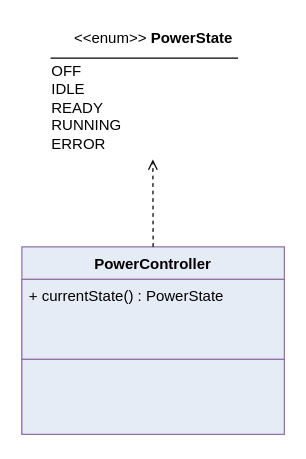
Earlier version of the draw.io diagram page "Page-8" (8 of 16) of pages/blog/local_markdown/Dev/support/UML.drawio (Dreblow/WebSite_DreblowDesigns). Source tidied: cells renumbered, new cells numbered last; positions are measured from the earlier drawing's top-left corner, leaving out a move shared by most shapes. Both pictures are drawn from the tidied source at 125%, with x=0, y=0 at pixel (21, 21).
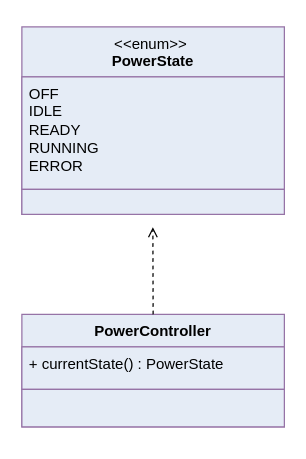
After the change.

The edit, as a diff of the source:
```diff
@@
 <mxGraphModel>
   <root>
     <mxCell id="0" />
     <mxCell id="1" parent="0" />
     <mxCell id="2" value="PowerController" style="swimlane;fontStyle=1;align=center;verticalAlign=top;horizontal=1;startSize=26;whiteSpace=wrap;html=1;fillColor=#E5ECF6;strokeColor=#9673a6;" parent="1" vertex="1">
-      <mxGeometry y="180" width="210" height="150" as="geometry" />
+      <mxGeometry y="234" width="210" height="90" as="geometry" />
     </mxCell>
     <mxCell id="3" value="&lt;div&gt;+ currentState() : PowerState&lt;/div&gt;" style="text;strokeColor=#9673a6;fillColor=#E5ECF6;align=left;verticalAlign=top;spacingLeft=4;spacingRight=4;overflow=hidden;whiteSpace=wrap;html=1;" parent="2" vertex="1">
-      <mxGeometry y="26" width="210" height="64" as="geometry" />
+      <mxGeometry y="26" width="210" height="34" as="geometry" />
     </mxCell>
     <mxCell id="4" value="&lt;div&gt;&lt;br&gt;&lt;/div&gt;" style="text;strokeColor=#9673a6;fillColor=#E5ECF6;align=left;verticalAlign=top;spacingLeft=4;spacingRight=4;overflow=hidden;whiteSpace=wrap;html=1;" parent="2" vertex="1">
-      <mxGeometry y="90" width="210" height="60" as="geometry" />
+      <mxGeometry y="60" width="210" height="30" as="geometry" />
     </mxCell>
+    <mxCell id="8" style="endArrow=open;dashed=1;html=1;rounded=0;exitX=0.5;exitY=0;exitDx=0;exitDy=0;entryX=0.496;entryY=1.002;entryDx=0;entryDy=0;entryPerimeter=0;endFill=0;" parent="1" edge="1" source="2">
+      <mxGeometry relative="1" as="geometry">
+        <mxPoint x="104.8" y="164.2" as="targetPoint" />
+      </mxGeometry>
+    </mxCell>
-    <mxCell id="5" value="&amp;lt;&amp;lt;enum&amp;gt;&amp;gt; &lt;b&gt;PowerState&lt;/b&gt;" style="swimlane;fontStyle=0;horizontal=1;startSize=26;fillColor=none;whiteSpace=wrap;html=1;strokeColor=none;" parent="1" vertex="1">
-      <mxGeometry x="18" width="175" height="110" as="geometry" />
+    <mxCell id="5" value="&lt;span style=&quot;font-weight: 400;&quot;&gt;&amp;lt;&amp;lt;enum&amp;gt;&amp;gt;&amp;nbsp;&lt;/span&gt;&lt;div&gt;&lt;b&gt;PowerState&lt;/b&gt;&lt;/div&gt;" style="swimlane;fontStyle=1;align=center;verticalAlign=top;horizontal=1;startSize=40;whiteSpace=wrap;html=1;fillColor=#E5ECF6;strokeColor=#9673a6;" parent="1" vertex="1">
+      <mxGeometry y="4" width="210" height="150" as="geometry" />
     </mxCell>
-    <mxCell id="6" value="OFF&lt;div&gt;IDLE&lt;/div&gt;&lt;div&gt;READY&lt;/div&gt;&lt;div&gt;RUNNING&lt;/div&gt;&lt;div&gt;ERROR&lt;/div&gt;" style="text;strokeColor=none;fillColor=none;align=left;verticalAlign=top;spacingLeft=4;spacingRight=4;overflow=hidden;points=[[0,0.5],[1,0.5]];portConstraint=eastwest;whiteSpace=wrap;html=1;perimeterSpacing=0;" parent="5" vertex="1">
-      <mxGeometry y="26" width="175" height="84" as="geometry" />
+    <mxCell id="6" value="OFF&lt;div&gt;IDLE&lt;/div&gt;&lt;div&gt;READY&lt;/div&gt;&lt;div&gt;RUNNING&lt;/div&gt;&lt;div&gt;ERROR&lt;/div&gt;" style="text;strokeColor=#9673a6;fillColor=#E5ECF6;align=left;verticalAlign=top;spacingLeft=4;spacingRight=4;overflow=hidden;points=[[0,0.5],[1,0.5]];portConstraint=eastwest;whiteSpace=wrap;html=1;" parent="5" vertex="1">
+      <mxGeometry y="40" width="210" height="90" as="geometry" />
     </mxCell>
-    <mxCell id="7" style="line;strokeWidth=1;fillColor=none;align=left;verticalAlign=middle;spacingTop=-1;spacingLeft=3;spacingRight=3;labelPosition=right;strokeColor=inherit;" parent="1" vertex="1">
-      <mxGeometry x="23" y="25" width="150" height="8" as="geometry" />
-    </mxCell>
-    <mxCell id="8" style="endArrow=open;dashed=1;html=1;rounded=0;exitX=0.5;exitY=0;exitDx=0;exitDy=0;entryX=0.496;entryY=1.002;entryDx=0;entryDy=0;entryPerimeter=0;endFill=0;" parent="1" edge="1" source="2" target="6">
-      <mxGeometry relative="1" as="geometry" />
-    </mxCell>
+    <mxCell id="9" value="&lt;div&gt;&lt;br&gt;&lt;/div&gt;" style="text;strokeColor=#9673a6;fillColor=#E5ECF6;align=left;verticalAlign=top;spacingLeft=4;spacingRight=4;overflow=hidden;whiteSpace=wrap;html=1;" parent="5" vertex="1">
+      <mxGeometry y="130" width="210" height="20" as="geometry" />
+    </mxCell>
   </root>
 </mxGraphModel>
```
